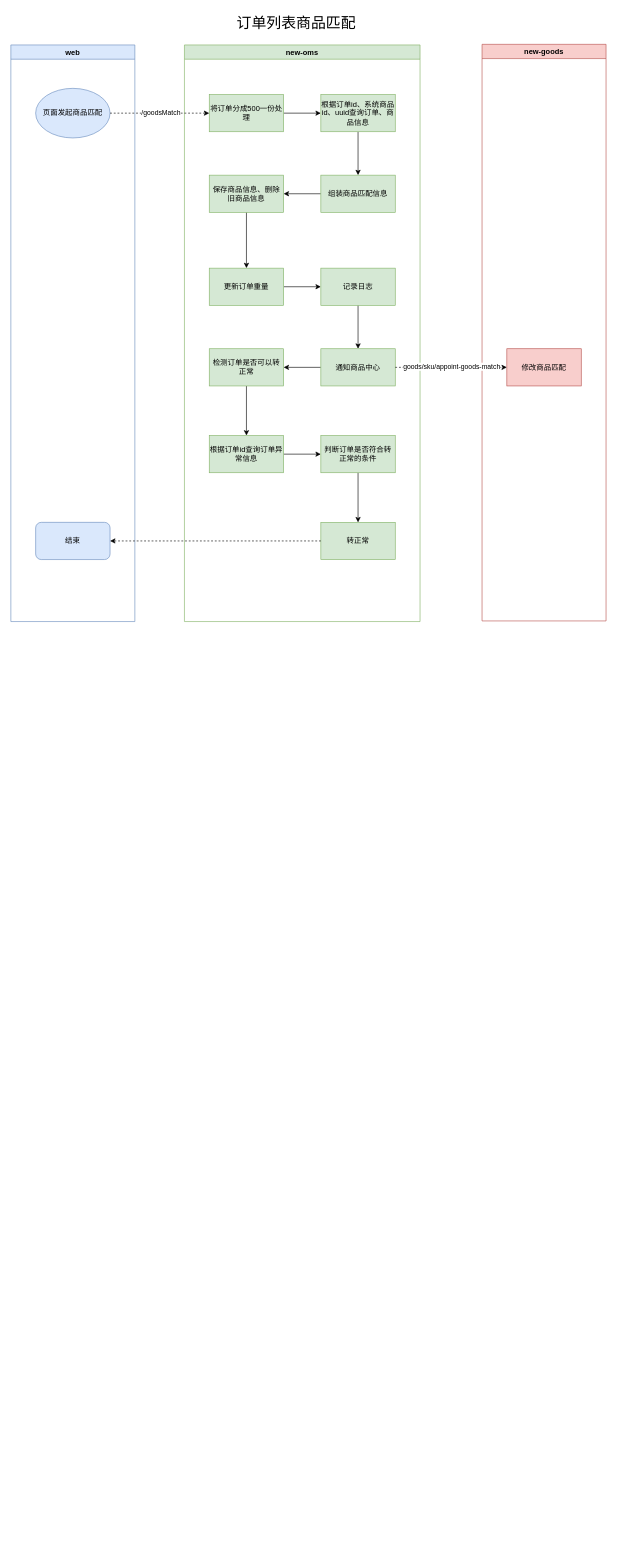
Above: 商品匹配.drawio in bian0814/draw.io (draw.io), before the change. Source tidied: cells renumbered, new cells numbered last; positions are measured from the earlier drawing's top-left corner, leaving out a move shared by most shapes. Both pictures are drawn from the tidied source at 62%, with x=0, y=0 at pixel (11, 11).
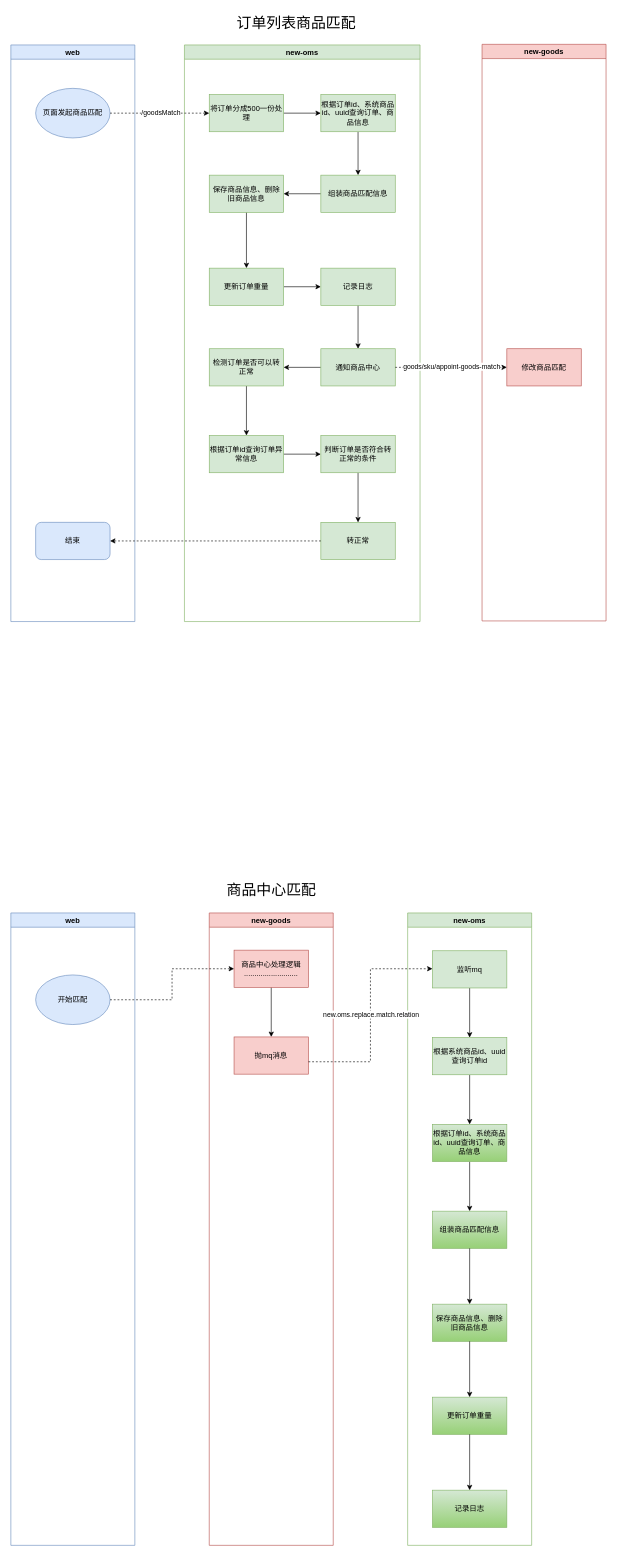
After the change.

Commit message:
更新商品匹配.drawio

What changed in the source:
```diff
@@
+    <mxCell id="35" value="&lt;span style=&quot;font-size: 24px;&quot;&gt;商品中心匹配&lt;/span&gt;" style="text;html=1;align=center;verticalAlign=middle;strokeColor=none;fillColor=none;" parent="1" vertex="1">
+      <mxGeometry x="335" y="1398" width="170" height="40" as="geometry" />
+    </mxCell>
+    <mxCell id="36" value="new-goods" style="swimlane;whiteSpace=wrap;html=1;startSize=23;fillColor=#f8cecc;strokeColor=#b85450;" parent="1" vertex="1">
+      <mxGeometry x="320" y="1455" width="200" height="1020" as="geometry" />
+    </mxCell>
+    <mxCell id="37" style="edgeStyle=orthogonalEdgeStyle;rounded=0;jettySize=auto;html=1;" parent="36" edge="1" source="38" target="39">
+      <mxGeometry relative="1" as="geometry" />
+    </mxCell>
+    <mxCell id="38" value="商品中心处理逻辑&lt;br&gt;.........................." style="whiteSpace=wrap;html=1;fillColor=#f8cecc;strokeColor=#b85450;" parent="36" vertex="1">
+      <mxGeometry x="40" y="60" width="120" height="60" as="geometry" />
+    </mxCell>
+    <mxCell id="39" value="抛mq消息" style="whiteSpace=wrap;html=1;fillColor=#f8cecc;strokeColor=#b85450;" parent="36" vertex="1">
+      <mxGeometry x="40" y="200" width="120" height="60" as="geometry" />
+    </mxCell>
+    <mxCell id="40" value="new-oms" style="swimlane;whiteSpace=wrap;html=1;fillColor=#d5e8d4;strokeColor=#82b366;" parent="1" vertex="1">
+      <mxGeometry x="640" y="1455" width="200" height="1020" as="geometry" />
+    </mxCell>
+    <mxCell id="41" style="edgeStyle=orthogonalEdgeStyle;rounded=0;jettySize=auto;html=1;" parent="40" edge="1" source="42" target="44">
+      <mxGeometry relative="1" as="geometry" />
+    </mxCell>
+    <mxCell id="42" value="监听mq" style="whiteSpace=wrap;html=1;fillColor=#d5e8d4;strokeColor=#82b366;" parent="40" vertex="1">
+      <mxGeometry x="40" y="61" width="120" height="60" as="geometry" />
+    </mxCell>
+    <mxCell id="43" style="edgeStyle=orthogonalEdgeStyle;rounded=0;jettySize=auto;html=1;entryX=0.5;entryY=0;entryDx=0;entryDy=0;" parent="40" edge="1" source="44" target="46">
+      <mxGeometry relative="1" as="geometry" />
+    </mxCell>
+    <mxCell id="44" value="根据系统商品id、uuid查询订单id" style="whiteSpace=wrap;html=1;fillColor=#d5e8d4;strokeColor=#82b366;" parent="40" vertex="1">
+      <mxGeometry x="40" y="201" width="120" height="60" as="geometry" />
+    </mxCell>
+    <mxCell id="45" style="edgeStyle=orthogonalEdgeStyle;rounded=0;jettySize=auto;html=1;entryX=0.5;entryY=0;entryDx=0;entryDy=0;" parent="40" edge="1" source="46" target="52">
+      <mxGeometry relative="1" as="geometry" />
+    </mxCell>
+    <mxCell id="46" value="根据订单id、系统商品id、uuid查询订单、商品信息" style="whiteSpace=wrap;html=1;fillColor=#d5e8d4;strokeColor=#82b366;gradientColor=#97d077;" parent="40" vertex="1">
+      <mxGeometry x="40" y="341" width="120" height="60" as="geometry" />
+    </mxCell>
+    <mxCell id="47" value="记录日志" style="whiteSpace=wrap;html=1;fillColor=#d5e8d4;strokeColor=#82b366;gradientColor=#97d077;" parent="40" vertex="1">
+      <mxGeometry x="40" y="931" width="120" height="60" as="geometry" />
+    </mxCell>
+    <mxCell id="48" value="更新订单重量" style="whiteSpace=wrap;html=1;fillColor=#d5e8d4;strokeColor=#82b366;gradientColor=#97d077;" parent="40" vertex="1">
+      <mxGeometry x="40" y="781" width="120" height="60" as="geometry" />
+    </mxCell>
+    <mxCell id="49" style="edgeStyle=orthogonalEdgeStyle;rounded=0;jettySize=auto;html=1;" parent="40" edge="1" source="48" target="47">
+      <mxGeometry relative="1" as="geometry" />
+    </mxCell>
+    <mxCell id="50" value="保存商品信息、删除旧商品信息" style="whiteSpace=wrap;html=1;fillColor=#d5e8d4;strokeColor=#82b366;gradientColor=#97d077;" parent="40" vertex="1">
+      <mxGeometry x="40" y="631" width="120" height="60" as="geometry" />
+    </mxCell>
+    <mxCell id="51" style="edgeStyle=orthogonalEdgeStyle;rounded=0;jettySize=auto;html=1;" parent="40" edge="1" source="50" target="48">
+      <mxGeometry relative="1" as="geometry" />
+    </mxCell>
+    <mxCell id="52" value="组装商品匹配信息" style="whiteSpace=wrap;html=1;fillColor=#d5e8d4;strokeColor=#82b366;gradientColor=#97d077;" parent="40" vertex="1">
+      <mxGeometry x="40" y="481" width="120" height="60" as="geometry" />
+    </mxCell>
+    <mxCell id="53" style="edgeStyle=orthogonalEdgeStyle;rounded=0;jettySize=auto;html=1;" parent="40" edge="1" source="52" target="50">
+      <mxGeometry relative="1" as="geometry" />
+    </mxCell>
+    <mxCell id="54" value="web" style="swimlane;whiteSpace=wrap;html=1;fillColor=#dae8fc;strokeColor=#6c8ebf;" parent="1" vertex="1">
+      <mxGeometry y="1455" width="200" height="1020" as="geometry" />
+    </mxCell>
+    <mxCell id="55" value="开始匹配" style="ellipse;whiteSpace=wrap;html=1;fillColor=#dae8fc;strokeColor=#6c8ebf;" parent="54" vertex="1">
+      <mxGeometry x="40" y="100" width="120" height="80" as="geometry" />
+    </mxCell>
+    <mxCell id="56" style="edgeStyle=orthogonalEdgeStyle;rounded=0;jettySize=auto;html=1;dashed=1;" parent="1" edge="1" source="55" target="38">
+      <mxGeometry relative="1" as="geometry" />
+    </mxCell>
+    <mxCell id="57" style="edgeStyle=orthogonalEdgeStyle;rounded=0;jettySize=auto;html=1;dashed=1;" parent="1" edge="1" source="39" target="42">
+      <mxGeometry relative="1" as="geometry">
+        <Array as="points">
+          <mxPoint x="580" y="1695" />
+          <mxPoint x="580" y="1545" />
+        </Array>
+      </mxGeometry>
+    </mxCell>
+    <mxCell id="58" value="new.oms.replace.match.relation" style="edgeLabel;html=1;align=center;verticalAlign=middle;" parent="57" vertex="1">
+      <mxGeometry x="0.01" relative="1" as="geometry" />
+    </mxCell>
```
